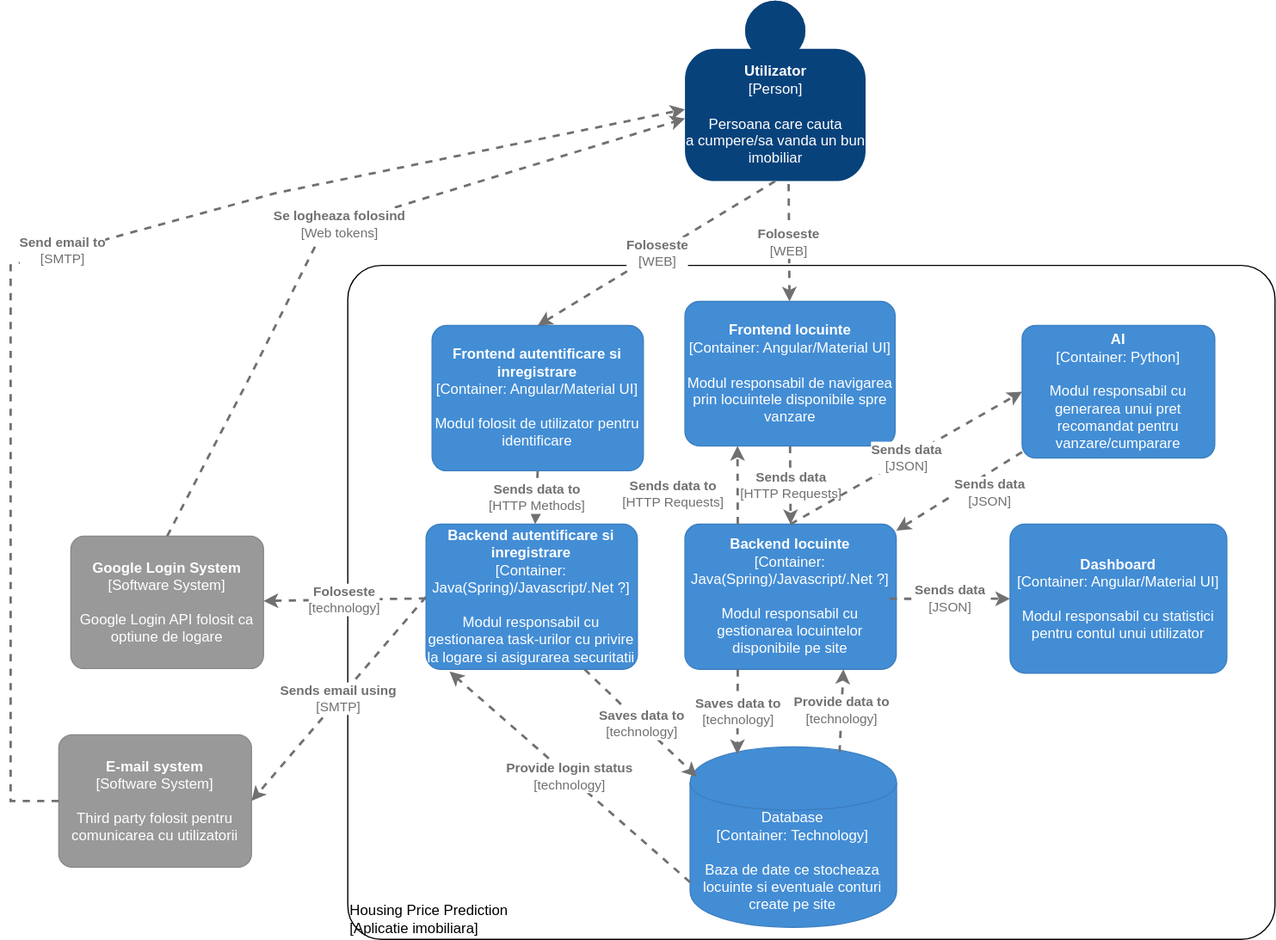
Before: C4-team/nivel2.svg, a diagram exported from draw.io (MirceaSofrone/IPproiect-DeployFront). Source tidied: cells renumbered, new cells last; positions are measured from the earlier drawing's top-left corner, leaving out a move shared by most shapes.
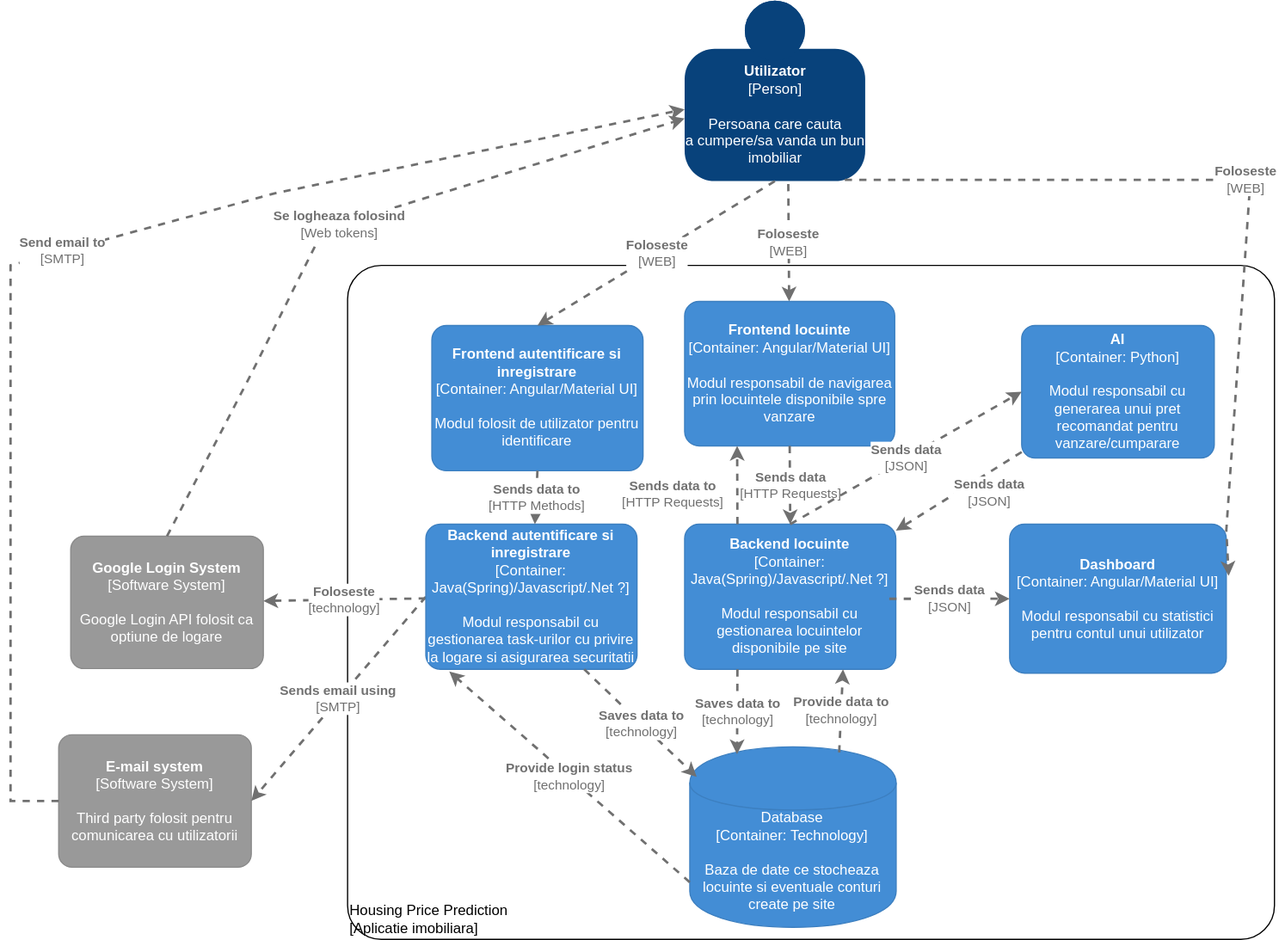
Later version of the same file.

Commit message:
changed all lvl2

What changed in the source:
```diff
@@ -152,5 +152,15 @@
         <mxGeometry x="-0.23" y="54" relative="1" as="geometry" />
       </mxCell>
     </object>
+    <object id="29" label="&lt;div style=&quot;text-align: left&quot;&gt;&lt;div style=&quot;text-align: center&quot;&gt;&lt;b&gt;%c4Description%&lt;/b&gt;&lt;/div&gt;&lt;div style=&quot;text-align: center&quot;&gt;[%c4Technology%]&lt;/div&gt;&lt;/div&gt;" c4Description="Foloseste" c4Technology="WEB" c4Type="Relationship" placeholders="1">
+      <mxCell style="edgeStyle=none;rounded=0;html=1;jettySize=auto;strokeColor=#707070;strokeWidth=2;fontColor=#707070;jumpStyle=none;dashed=1;metaData={&quot;c4Type&quot;:{&quot;editable&quot;:false}};exitX=0.887;exitY=0.993;exitDx=0;exitDy=0;exitPerimeter=0;entryX=1.011;entryY=0.347;entryDx=0;entryDy=0;entryPerimeter=0;" parent="1" edge="1" source="3" target="18">
+        <mxGeometry relative="1" as="geometry">
+          <Array as="points">
+            <mxPoint x="1030" y="149" />
+            <mxPoint x="1010" y="440" />
+          </Array>
+        </mxGeometry>
+      </mxCell>
+    </object>
   </root>
 </mxGraphModel>
```
